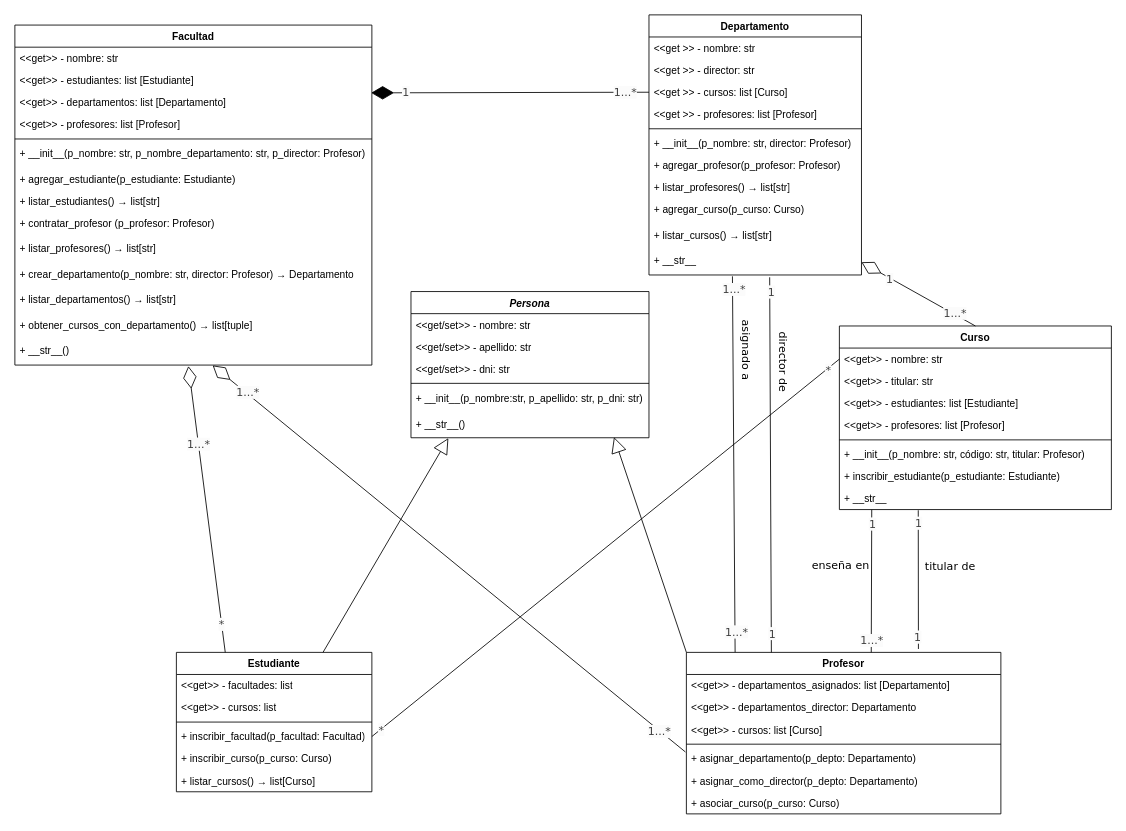
Earlier version of the draw.io diagram TrabajoPractico_2/proyecto1/docs/diagrama_UML_p1.drawio (FelipeCarrozzo/prog_avanzada). Source tidied: cells renumbered, new cells numbered last; positions are measured from the earlier drawing's top-left corner, leaving out a move shared by most shapes. Both pictures are drawn from the tidied source at 85%, with x=0, y=0 at pixel (14, 14).
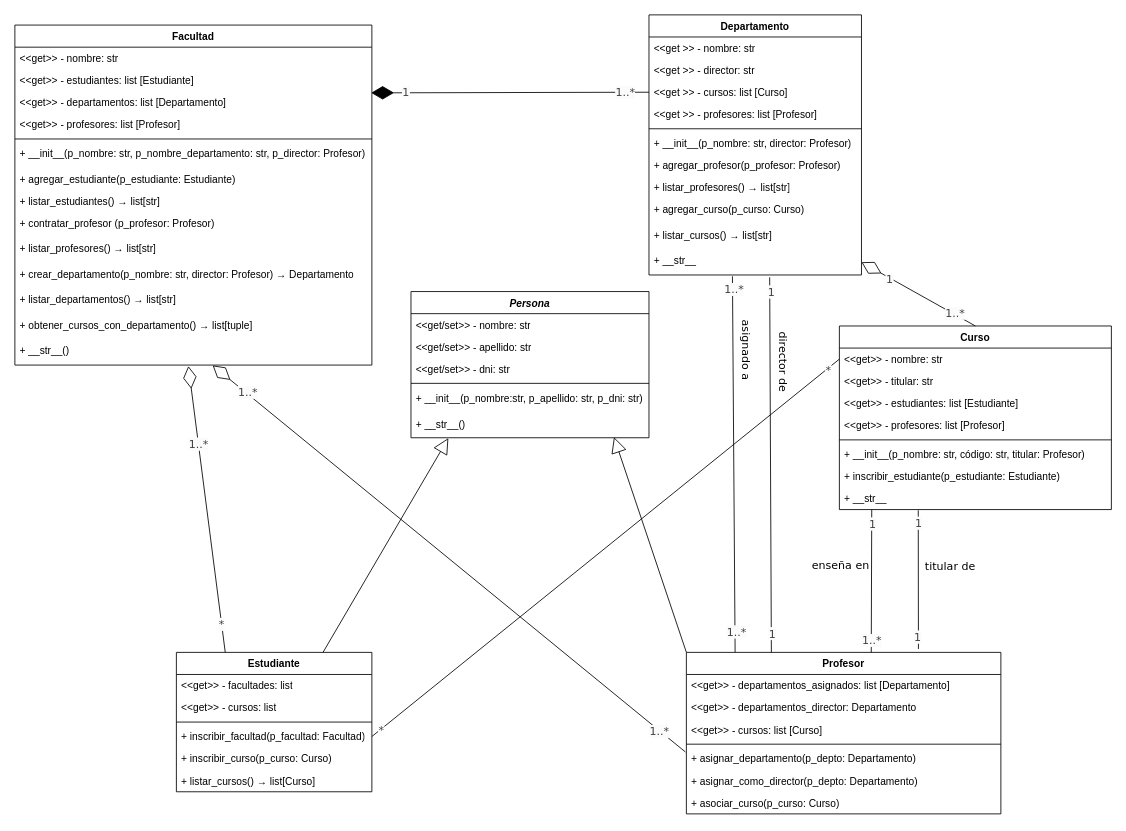
Above is the later version.

Commit message:
corrección uml P1

Unchanged cells that the change refers to:
```xml
<mxCell id="62" style="endArrow=diamondThin;endFill=1;endSize=24;html=1;entryX=0.998;entryY=0.067;entryDx=0;entryDy=0;entryPerimeter=0;exitX=0;exitY=0.5;exitDx=0;exitDy=0;" parent="1" edge="1" source="20" target="5">
  <mxGeometry relative="1" as="geometry" />
</mxCell>
<mxCell id="68" style="edgeStyle=none;html=1;entryX=0.75;entryY=0;entryDx=0;entryDy=0;endArrow=none;endFill=0;exitX=0.119;exitY=1.009;exitDx=0;exitDy=0;exitPerimeter=0;" parent="1" edge="1" source="44">
  <mxGeometry relative="1" as="geometry">
    <mxPoint x="1007.5" y="750" as="targetPoint" />
  </mxGeometry>
</mxCell>
<mxCell id="71" style="endArrow=diamondThin;endFill=0;endSize=24;html=1;exitX=0.5;exitY=0;exitDx=0;exitDy=0;entryX=1;entryY=0.5;entryDx=0;entryDy=0;" parent="1" edge="1" source="36" target="28">
  <mxGeometry relative="1" as="geometry" />
</mxCell>
<mxCell id="74" style="endArrow=diamondThin;endFill=0;endSize=24;html=1;exitX=0.25;exitY=0;exitDx=0;exitDy=0;entryX=0.486;entryY=1.04;entryDx=0;entryDy=0;entryPerimeter=0;" parent="1" edge="1" source="29" target="16">
  <mxGeometry relative="1" as="geometry" />
</mxCell>
<mxCell id="77" style="endArrow=diamondThin;endFill=0;endSize=24;html=1;entryX=0.554;entryY=1.013;entryDx=0;entryDy=0;entryPerimeter=0;exitX=-0.003;exitY=0.2;exitDx=0;exitDy=0;exitPerimeter=0;" parent="1" edge="1" source="50" target="16">
  <mxGeometry relative="1" as="geometry" />
</mxCell>
<mxCell id="80" style="edgeStyle=none;html=1;exitX=0.155;exitY=-0.001;exitDx=0;exitDy=0;endArrow=none;endFill=0;entryX=0.173;entryY=1.053;entryDx=0;entryDy=0;entryPerimeter=0;exitPerimeter=0;" parent="1" edge="1" source="45">
  <mxGeometry relative="1" as="geometry">
    <mxPoint x="844.2" y="307.6" as="targetPoint" />
  </mxGeometry>
</mxCell>
```

The edit, as a diff of the source:
```diff
@@
-    <mxCell id="63" value="&lt;span style=&quot;color: rgb(63, 63, 63); font-family: Verdana; font-size: 13px; text-align: left; text-wrap-mode: wrap; background-color: rgb(251, 251, 251);&quot;&gt;1...*&lt;/span&gt;" style="edgeLabel;html=1;align=center;verticalAlign=middle;" parent="62" vertex="1">
+    <mxCell id="63" value="&lt;span style=&quot;color: rgb(63, 63, 63); font-family: Verdana; font-size: 13px; text-align: left; text-wrap-mode: wrap; background-color: rgb(251, 251, 251);&quot;&gt;1..*&lt;/span&gt;" style="edgeLabel;html=1;align=center;verticalAlign=middle;" parent="62" vertex="1">
       <mxGeometry x="-0.83" y="-1" relative="1" as="geometry" />
     </mxCell>
@@
-    <mxCell id="69" value="&lt;span style=&quot;color: rgb(63, 63, 63); font-family: Verdana; font-size: 13px; text-align: left; text-wrap-mode: wrap; background-color: rgb(251, 251, 251);&quot;&gt;1...*&lt;/span&gt;" style="edgeLabel;html=1;align=center;verticalAlign=middle;" parent="68" vertex="1">
+    <mxCell id="69" value="&lt;span style=&quot;color: rgb(63, 63, 63); font-family: Verdana; font-size: 13px; text-align: left; text-wrap-mode: wrap; background-color: rgb(251, 251, 251);&quot;&gt;1..*&lt;/span&gt;" style="edgeLabel;html=1;align=center;verticalAlign=middle;" parent="68" vertex="1">
       <mxGeometry x="0.82" relative="1" as="geometry" />
     </mxCell>
@@
-    <mxCell id="73" value="&lt;span style=&quot;color: rgb(63, 63, 63); font-family: Verdana; font-size: 13px; text-align: left; text-wrap-mode: wrap; background-color: rgb(251, 251, 251);&quot;&gt;1...*&lt;/span&gt;" style="edgeLabel;html=1;align=center;verticalAlign=middle;" parent="71" vertex="1">
+    <mxCell id="73" value="&lt;span style=&quot;color: rgb(63, 63, 63); font-family: Verdana; font-size: 13px; text-align: left; text-wrap-mode: wrap; background-color: rgb(251, 251, 251);&quot;&gt;1..*&lt;/span&gt;" style="edgeLabel;html=1;align=center;verticalAlign=middle;" parent="71" vertex="1">
       <mxGeometry x="-0.62" y="-1" relative="1" as="geometry" />
     </mxCell>
@@
-    <mxCell id="75" value="&lt;span style=&quot;color: rgb(63, 63, 63); font-family: Verdana; font-size: 13px; text-align: left; text-wrap-mode: wrap; background-color: rgb(251, 251, 251);&quot;&gt;1...*&lt;/span&gt;" style="edgeLabel;html=1;align=center;verticalAlign=middle;" parent="74" vertex="1">
+    <mxCell id="75" value="&lt;span style=&quot;color: rgb(63, 63, 63); font-family: Verdana; font-size: 13px; text-align: left; text-wrap-mode: wrap; background-color: rgb(251, 251, 251);&quot;&gt;1..*&lt;/span&gt;" style="edgeLabel;html=1;align=center;verticalAlign=middle;" parent="74" vertex="1">
       <mxGeometry x="0.46" relative="1" as="geometry" />
     </mxCell>
@@
-    <mxCell id="78" value="&lt;span style=&quot;color: rgb(63, 63, 63); font-family: Verdana; font-size: 13px; text-align: left; text-wrap-mode: wrap; background-color: rgb(251, 251, 251);&quot;&gt;1...*&lt;/span&gt;" style="edgeLabel;html=1;align=center;verticalAlign=middle;" parent="77" vertex="1">
+    <mxCell id="78" value="&lt;span style=&quot;color: rgb(63, 63, 63); font-family: Verdana; font-size: 13px; text-align: left; text-wrap-mode: wrap; background-color: rgb(251, 251, 251);&quot;&gt;1..*&lt;/span&gt;" style="edgeLabel;html=1;align=center;verticalAlign=middle;" parent="77" vertex="1">
       <mxGeometry x="-0.89" y="1" relative="1" as="geometry" />
     </mxCell>
-    <mxCell id="79" value="&lt;span style=&quot;color: rgb(63, 63, 63); font-family: Verdana; font-size: 13px; text-align: left; text-wrap-mode: wrap; background-color: rgb(251, 251, 251);&quot;&gt;1...*&lt;/span&gt;" style="edgeLabel;html=1;align=center;verticalAlign=middle;" parent="77" vertex="1">
+    <mxCell id="79" value="&lt;span style=&quot;color: rgb(63, 63, 63); font-family: Verdana; font-size: 13px; text-align: left; text-wrap-mode: wrap; background-color: rgb(251, 251, 251);&quot;&gt;1..*&lt;/span&gt;" style="edgeLabel;html=1;align=center;verticalAlign=middle;" parent="77" vertex="1">
       <mxGeometry x="0.85" y="1" relative="1" as="geometry">
         <mxPoint y="-4" as="offset" />
       </mxGeometry>
     </mxCell>
@@
-    <mxCell id="81" value="&lt;span style=&quot;color: rgb(63, 63, 63); font-family: Verdana; font-size: 13px; text-align: left; text-wrap-mode: wrap; background-color: rgb(251, 251, 251);&quot;&gt;1...*&lt;/span&gt;" style="edgeLabel;html=1;align=center;verticalAlign=middle;" parent="80" vertex="1">
+    <mxCell id="81" value="&lt;span style=&quot;color: rgb(63, 63, 63); font-family: Verdana; font-size: 13px; text-align: left; text-wrap-mode: wrap; background-color: rgb(251, 251, 251);&quot;&gt;1..*&lt;/span&gt;" style="edgeLabel;html=1;align=center;verticalAlign=middle;" parent="80" vertex="1">
       <mxGeometry x="-0.89" y="-1" relative="1" as="geometry" />
     </mxCell>
-    <mxCell id="82" value="&lt;span style=&quot;color: rgb(63, 63, 63); font-family: Verdana; font-size: 13px; text-align: left; text-wrap-mode: wrap; background-color: rgb(251, 251, 251);&quot;&gt;1...*&lt;/span&gt;" style="edgeLabel;html=1;align=center;verticalAlign=middle;" parent="80" vertex="1">
+    <mxCell id="82" value="&lt;span style=&quot;color: rgb(63, 63, 63); font-family: Verdana; font-size: 13px; text-align: left; text-wrap-mode: wrap; background-color: rgb(251, 251, 251);&quot;&gt;1..*&lt;/span&gt;" style="edgeLabel;html=1;align=center;verticalAlign=middle;" parent="80" vertex="1">
       <mxGeometry x="0.93" y="-1" relative="1" as="geometry" />
     </mxCell>
```
